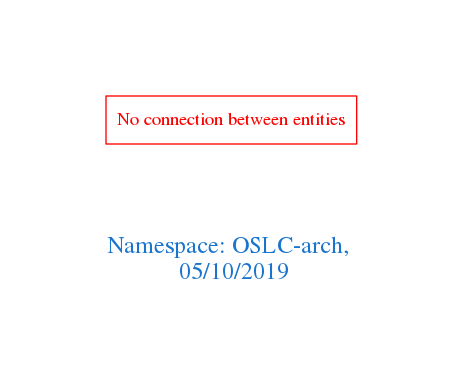
Above: downloads/OSLC-arch.png in arago/OGIT (Graphviz), before the change. Its source is kept beside it as downloads/OSLC-arch.dot. Source of this version:
```dot
digraph OGIT_ontology {
 graph [ rankdir= LR,pad=1
fontsize = 18,
fontcolor= dodgerblue3,label = "\n\n\nNamespace: OSLC-arch, \n 05/10/2019"];
node[shape=polygon];
edge [  color="gray81"];

"No connection between entities" [fontcolor = "red",color="red", shape="polygon"]
}
```
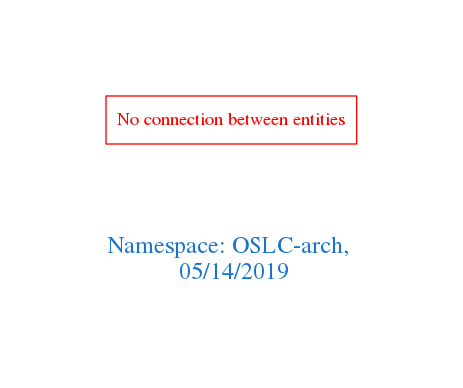
Above is the later version.

Change to the diagram source:
```diff
@@ -1,7 +1,7 @@
 digraph OGIT_ontology {
  graph [ rankdir= LR,pad=1
 fontsize = 18,
-fontcolor= dodgerblue3,label = "\n\n\nNamespace: OSLC-arch, \n 05/10/2019"];
+fontcolor= dodgerblue3,label = "\n\n\nNamespace: OSLC-arch, \n 05/14/2019"];
 node[shape=polygon];
 edge [  color="gray81"];
 
```
